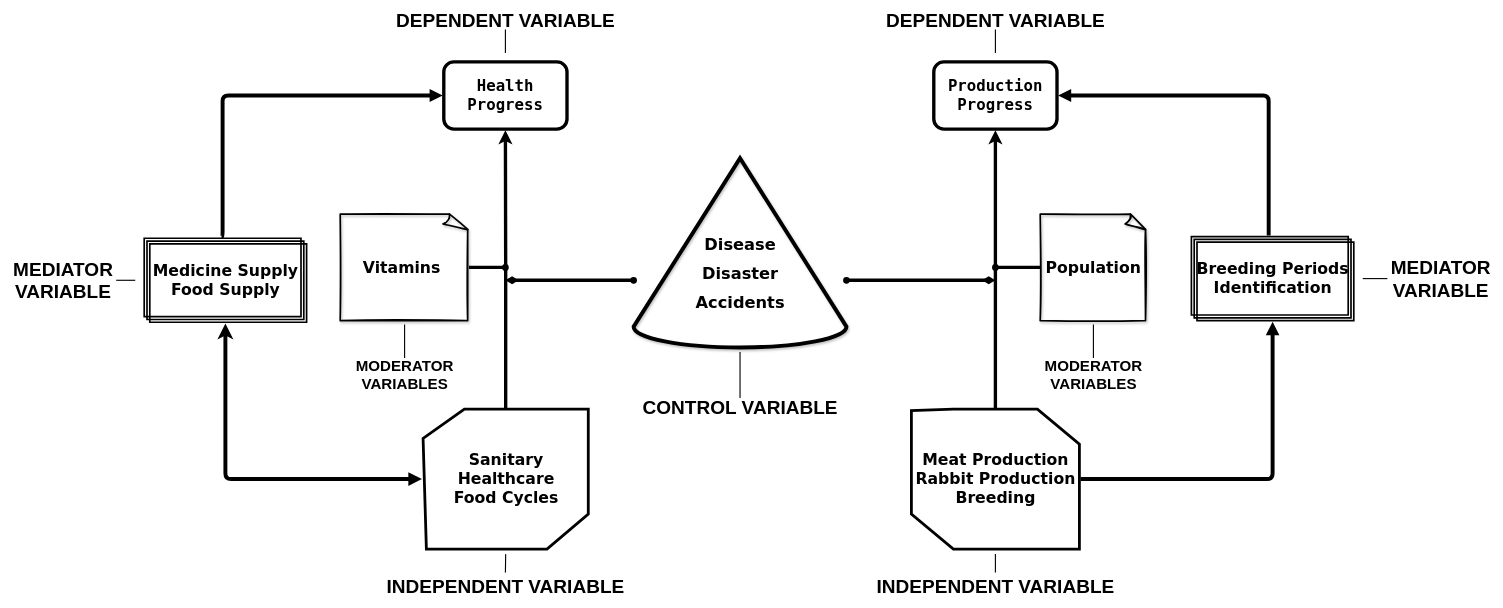
Earlier version of the draw.io diagram Conceptual Framework.drawio (SejiMe/rpc-system). Source tidied: cells renumbered, new cells numbered last; positions are measured from the earlier drawing's top-left corner, leaving out a move shared by most shapes. Both pictures are drawn from the tidied source at 56%, with x=0, y=0 at pixel (10, 12).
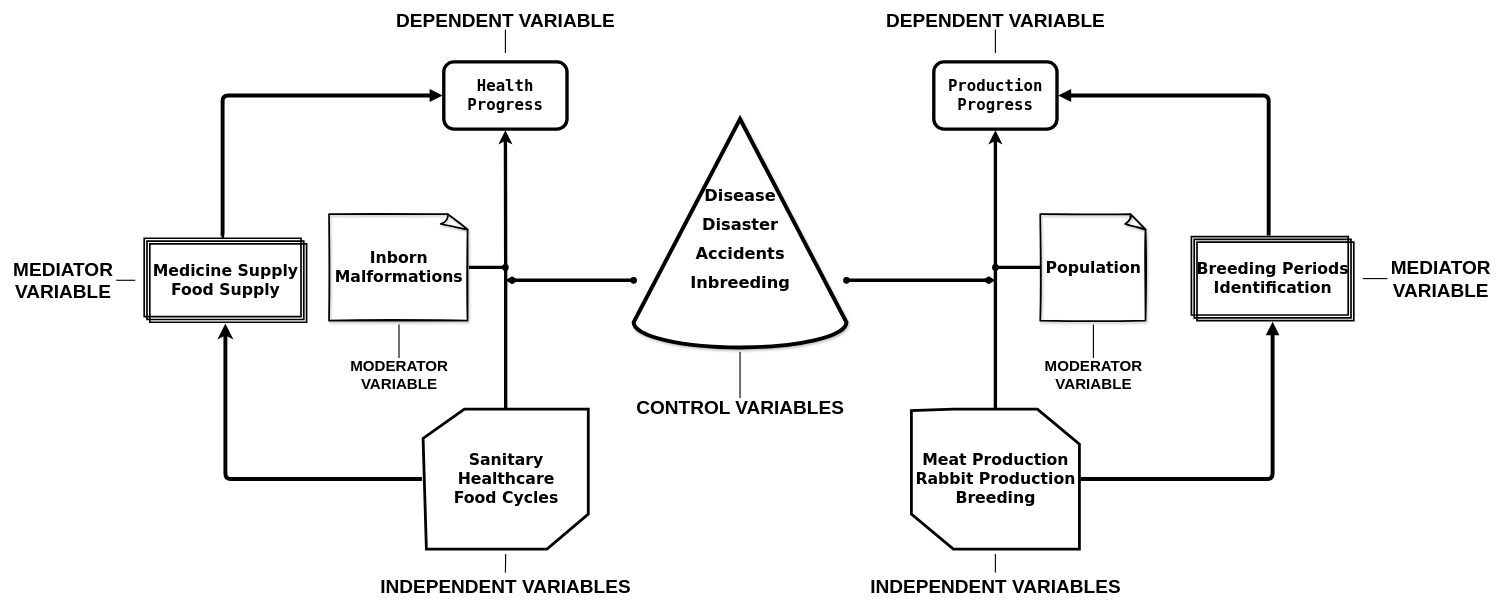
The same diagram, later.

Unchanged cells that the change refers to:
```xml
<mxCell id="8" value="Sanitary&lt;br style=&quot;font-size: 28px;&quot;&gt;Healthcare&lt;br style=&quot;font-size: 28px;&quot;&gt;Food Cycles" style="verticalLabelPosition=middle;verticalAlign=middle;html=1;shape=mxgraph.basic.polygon;polyCoords=[[0.25,0],[0.75,0],[1,0],[1,0.75],[0.75,1],[0.25,1],[0.02,1],[0,0.21]];polyline=0;shadow=0;labelBorderColor=none;sketch=0;fontFamily=Verdana;fontSize=28;strokeWidth=5;fillColor=none;gradientDirection=north;perimeterSpacing=2;labelPosition=center;align=center;strokeColor=#000000;fontStyle=1;" parent="1" vertex="1">
  <mxGeometry x="738" y="708" width="295" height="250" as="geometry" />
</mxCell>
<mxCell id="12" value="&lt;font face=&quot;Verdana&quot; style=&quot;font-size: 28px;&quot;&gt;Medicine Supply&lt;br style=&quot;font-size: 28px;&quot;&gt;Food Supply&lt;br style=&quot;font-size: 28px;&quot;&gt;&lt;/font&gt;" style="verticalLabelPosition=middle;verticalAlign=middle;html=1;shape=mxgraph.basic.layered_rect;dx=10;outlineConnect=0;labelBorderColor=none;fontFamily=Lucida Console;fontSize=28;strokeWidth=3;fillColor=none;strokeColor=#000000;labelPosition=center;align=center;textDirection=ltr;fontStyle=1;perimeterSpacing=2;shadow=0;" parent="1" vertex="1">
  <mxGeometry x="240" y="403" width="290" height="150" as="geometry" />
</mxCell>
```

What changed in the source:
```diff
@@
-    <mxCell id="6" value="&lt;p style=&quot;line-height: 0.8; font-size: 29px;&quot;&gt;&lt;br style=&quot;font-size: 29px;&quot;&gt;&lt;/p&gt;&lt;p style=&quot;line-height: 0.8; font-size: 29px;&quot;&gt;Disease&lt;/p&gt;&lt;p style=&quot;line-height: 0.8; font-size: 29px;&quot;&gt;Disaster&lt;/p&gt;&lt;p style=&quot;line-height: 0.8; font-size: 29px;&quot;&gt;Accidents&lt;/p&gt;" style="verticalLabelPosition=middle;verticalAlign=middle;html=1;shape=mxgraph.basic.cone2;dx=0.5;dy=0.89;shadow=1;labelBorderColor=none;fontFamily=Verdana;fontSize=29;strokeWidth=7;fillColor=none;labelPosition=center;align=center;strokeColor=#000000;sketch=0;spacingTop=21;fontStyle=1;" parent="1" vertex="1">
-      <mxGeometry x="1114" y="260" width="380" height="338" as="geometry" />
+    <mxCell id="6" value="&lt;p style=&quot;line-height: 0.8; font-size: 29px;&quot;&gt;&lt;span style=&quot;background-color: initial;&quot;&gt;Disease&lt;/span&gt;&lt;br&gt;&lt;/p&gt;&lt;p style=&quot;line-height: 0.8; font-size: 29px;&quot;&gt;Disaster&lt;/p&gt;&lt;p style=&quot;line-height: 0.8; font-size: 29px;&quot;&gt;Accidents&lt;/p&gt;&lt;p style=&quot;line-height: 0.8; font-size: 29px;&quot;&gt;Inbreeding&lt;/p&gt;" style="verticalLabelPosition=middle;verticalAlign=middle;html=1;shape=mxgraph.basic.cone2;dx=0.5;dy=0.89;shadow=1;labelBorderColor=none;fontFamily=Verdana;fontSize=29;strokeWidth=7;labelPosition=center;align=center;sketch=0;spacingTop=21;fontStyle=1;" parent="1" vertex="1">
+      <mxGeometry x="1114" y="190" width="380" height="408" as="geometry" />
     </mxCell>
-    <mxCell id="7" style="edgeStyle=orthogonalEdgeStyle;rounded=1;jettySize=auto;html=1;fontFamily=Verdana;fontSize=22;fontColor=#000000;startArrow=block;startFill=1;strokeWidth=7;" parent="1" edge="1" source="8" target="12">
+    <mxCell id="7" style="edgeStyle=orthogonalEdgeStyle;rounded=1;jettySize=auto;html=1;fontFamily=Verdana;fontSize=22;fontColor=#000000;startArrow=none;startFill=0;strokeWidth=7;" parent="1" edge="1" source="8" target="12">
       <mxGeometry relative="1" as="geometry" />
     </mxCell>
@@
-    <mxCell id="18" value="Vitamins&amp;nbsp;" style="whiteSpace=wrap;html=1;shape=mxgraph.basic.document;shadow=1;labelBorderColor=none;sketch=1;fontFamily=Verdana;fontSize=28;fontColor=#000000;strokeWidth=3;fillColor=none;gradientColor=#ffffff;fontStyle=1;" parent="1" vertex="1">
-      <mxGeometry x="590" y="360" width="230" height="190" as="geometry" />
+    <mxCell id="18" value="Inborn Malformations" style="whiteSpace=wrap;html=1;shape=mxgraph.basic.document;shadow=1;labelBorderColor=none;sketch=1;fontFamily=Verdana;fontSize=28;fontColor=#000000;strokeWidth=3;fillColor=none;gradientColor=#ffffff;fontStyle=1;" parent="1" vertex="1">
+      <mxGeometry x="570" y="360" width="250" height="190" as="geometry" />
     </mxCell>
-    <mxCell id="19" style="edgeStyle=orthogonalEdgeStyle;rounded=0;jettySize=auto;html=1;fontFamily=Verdana;fontSize=22;fontColor=#000000;startArrow=oval;startFill=1;endArrow=diamondThin;endFill=1;strokeWidth=6;" parent="1" edge="1" source="6">
+    <mxCell id="19" style="edgeStyle=orthogonalEdgeStyle;rounded=0;jettySize=auto;html=1;fontFamily=Verdana;fontSize=22;fontColor=#000000;startArrow=oval;startFill=1;endArrow=diamondThin;endFill=1;strokeWidth=6;fillColor=#f8cecc;strokeColor=#000000;" parent="1" edge="1" source="6">
       <mxGeometry relative="1" as="geometry">
         <mxPoint x="1760" y="478" as="targetPoint" />
         <Array as="points">
           <mxPoint x="1550" y="478" />
           <mxPoint x="1550" y="478" />
         </Array>
       </mxGeometry>
     </mxCell>
-    <mxCell id="20" style="edgeStyle=orthogonalEdgeStyle;rounded=0;jettySize=auto;html=1;fontFamily=Verdana;fontSize=22;fontColor=#000000;jumpStyle=none;startArrow=oval;startFill=1;endArrow=diamondThin;endFill=1;strokeWidth=6;" parent="1" edge="1" source="6">
+    <mxCell id="20" style="edgeStyle=orthogonalEdgeStyle;rounded=0;jettySize=auto;html=1;fontFamily=Verdana;fontSize=22;fontColor=#000000;jumpStyle=none;startArrow=oval;startFill=1;endArrow=diamondThin;endFill=1;strokeWidth=6;fillColor=#f8cecc;strokeColor=#000000;" parent="1" edge="1" source="6">
       <mxGeometry relative="1" as="geometry">
         <mxPoint x="885" y="478" as="targetPoint" />
         <Array as="points">
           <mxPoint x="1060" y="478" />
           <mxPoint x="1060" y="478" />
         </Array>
       </mxGeometry>
     </mxCell>
@@
-    <mxCell id="22" value="&lt;font style=&quot;font-size: 34px;&quot;&gt;CONTROL VARIABLE&lt;/font&gt;" style="text;html=1;align=center;verticalAlign=middle;points=[];fillColor=none;strokeColor=none;rounded=0;fontStyle=1;" parent="1" vertex="1">
-      <mxGeometry x="1124" y="690" width="360" height="30" as="geometry" />
+    <mxCell id="22" value="&lt;font style=&quot;font-size: 34px;&quot;&gt;CONTROL VARIABLES&lt;/font&gt;" style="text;html=1;align=center;verticalAlign=middle;points=[];fillColor=none;strokeColor=none;rounded=0;fontStyle=1;" parent="1" vertex="1">
+      <mxGeometry x="1109" y="690" width="390" height="30" as="geometry" />
     </mxCell>
@@
-    <mxCell id="28" value="&lt;span style=&quot;font-size: 34px;&quot;&gt;INDEPENDENT VARIABLE&lt;/span&gt;" style="text;html=1;align=center;verticalAlign=middle;points=[];fillColor=none;strokeColor=none;rounded=0;fontStyle=1;" parent="1" vertex="1">
-      <mxGeometry x="665" y="1010" width="440" height="30" as="geometry" />
+    <mxCell id="28" value="&lt;span style=&quot;font-size: 34px;&quot;&gt;INDEPENDENT VARIABLES&lt;/span&gt;" style="text;html=1;align=center;verticalAlign=middle;points=[];fillColor=none;strokeColor=none;rounded=0;fontStyle=1;" parent="1" vertex="1">
+      <mxGeometry x="655" y="1010" width="460" height="30" as="geometry" />
     </mxCell>
@@
-    <mxCell id="30" value="&lt;span style=&quot;font-size: 34px;&quot;&gt;INDEPENDENT VARIABLE&lt;/span&gt;" style="text;html=1;align=center;verticalAlign=middle;points=[];fillColor=none;strokeColor=none;rounded=0;fontStyle=1;" parent="1" vertex="1">
-      <mxGeometry x="1540" y="1010" width="440" height="30" as="geometry" />
+    <mxCell id="30" value="&lt;span style=&quot;font-size: 34px;&quot;&gt;INDEPENDENT VARIABLES&lt;/span&gt;" style="text;html=1;align=center;verticalAlign=middle;points=[];fillColor=none;strokeColor=none;rounded=0;fontStyle=1;" parent="1" vertex="1">
+      <mxGeometry x="1530" y="1010" width="460" height="30" as="geometry" />
     </mxCell>
@@
-    <mxCell id="36" value="&lt;span style=&quot;font-size: 27px;&quot;&gt;MODERATOR &lt;br&gt;VARIABLES&lt;/span&gt;" style="text;html=1;align=center;verticalAlign=middle;points=[];fillColor=none;strokeColor=none;rounded=0;fontStyle=1;" parent="1" vertex="1">
-      <mxGeometry x="610" y="627" width="190" height="40" as="geometry" />
+    <mxCell id="36" value="&lt;span style=&quot;font-size: 27px;&quot;&gt;MODERATOR &lt;br&gt;VARIABLE&lt;/span&gt;" style="text;html=1;align=center;verticalAlign=middle;points=[];fillColor=none;strokeColor=none;rounded=0;fontStyle=1;" parent="1" vertex="1">
+      <mxGeometry x="600" y="627" width="190" height="40" as="geometry" />
     </mxCell>
@@
-    <mxCell id="38" value="&lt;span style=&quot;font-size: 27px;&quot;&gt;MODERATOR &lt;br&gt;VARIABLES&lt;/span&gt;" style="text;html=1;align=center;verticalAlign=middle;points=[];fillColor=none;strokeColor=none;rounded=0;fontStyle=1;" parent="1" vertex="1">
+    <mxCell id="38" value="&lt;span style=&quot;font-size: 27px;&quot;&gt;MODERATOR &lt;br&gt;VARIABLE&lt;/span&gt;" style="text;html=1;align=center;verticalAlign=middle;points=[];fillColor=none;strokeColor=none;rounded=0;fontStyle=1;" parent="1" vertex="1">
       <mxGeometry x="1840" y="627" width="190" height="40" as="geometry" />
     </mxCell>
```
